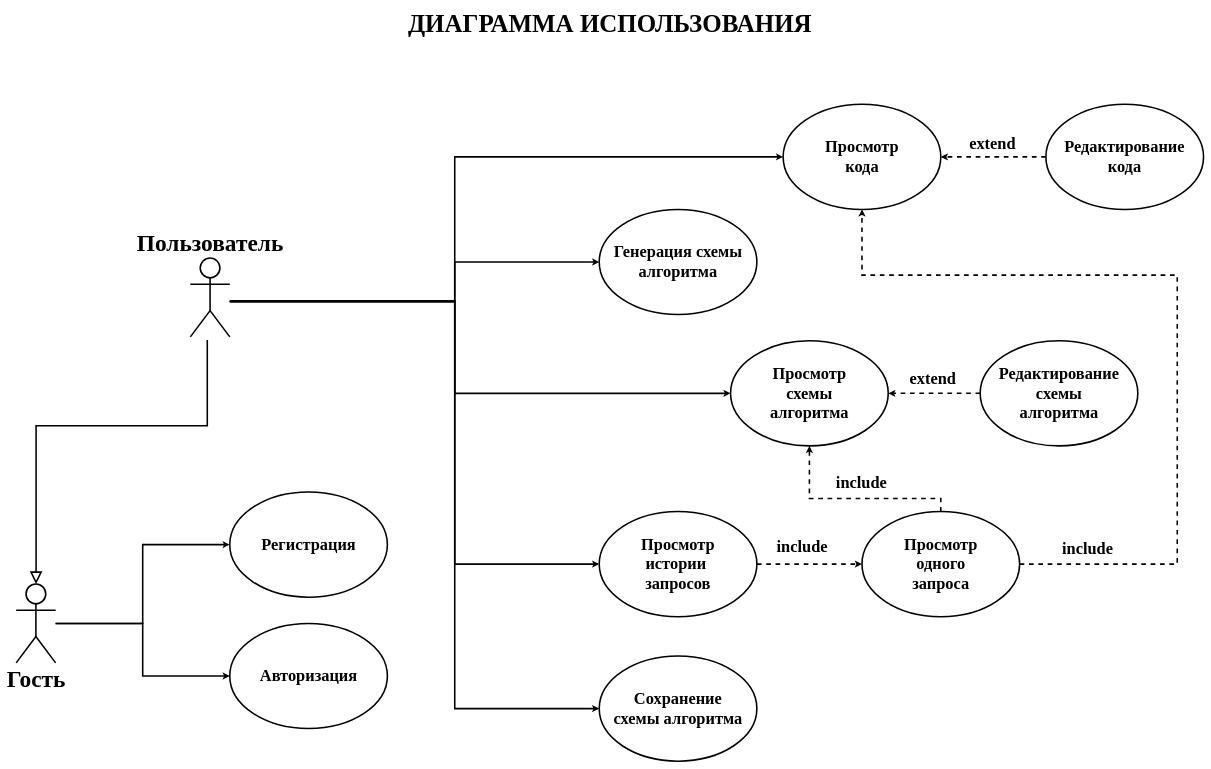
Earlier version of the draw.io diagram docs/graphics/plakat1_usecase.drawio (madopew/ctog). Source tidied: cells renumbered, new cells numbered last; positions are measured from the earlier drawing's top-left corner, leaving out a move shared by most shapes. Both pictures are drawn from the tidied source at 39%, with x=0, y=0 at pixel (16, 7).
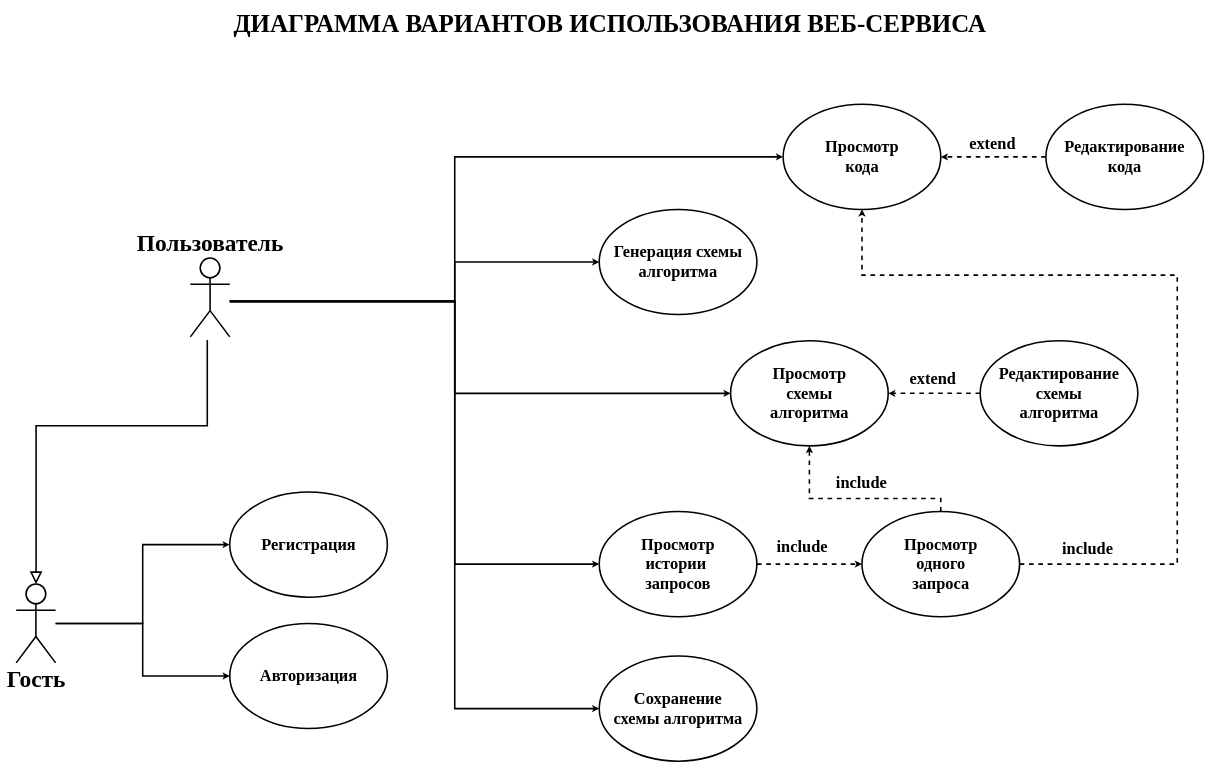
Above is the later version.

Change to the diagram source:
```diff
@@
-    <mxCell id="2" value="ДИАГРАММА ИСПОЛЬЗОВАНИЯ" style="text;html=1;align=center;verticalAlign=middle;strokeColor=none;fillColor=none;fontFamily=Times New Roman;fontStyle=1;fontSize=64;" parent="1" vertex="1">
-      <mxGeometry x="992" width="1060" height="90" as="geometry" />
+    <mxCell id="2" value="ДИАГРАММА ВАРИАНТОВ ИСПОЛЬЗОВАНИЯ ВЕБ-СЕРВИСА" style="text;html=1;align=center;verticalAlign=middle;strokeColor=none;fillColor=none;fontFamily=Times New Roman;fontStyle=1;fontSize=64;" parent="1" vertex="1">
+      <mxGeometry x="547" width="1950" height="90" as="geometry" />
     </mxCell>
```
